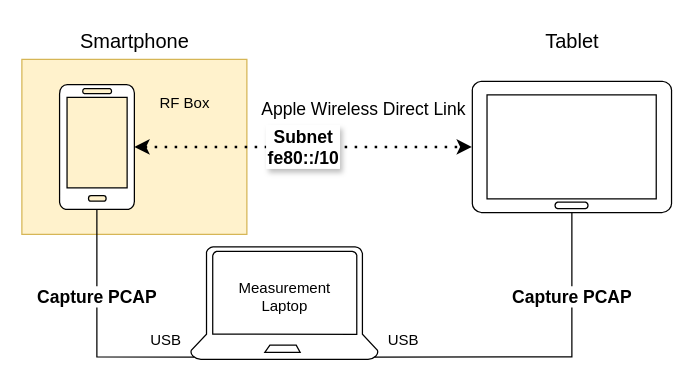
Earlier version of the draw.io diagram resources/AirDrop Test 1.drawio (JustusvonderBeek/master-thesis-scripts-and-measures). Source tidied: cells renumbered, new cells numbered last; positions are measured from the earlier drawing's top-left corner, leaving out a move shared by most shapes. Both pictures are drawn from the tidied source at 125%, with x=0, y=0 at pixel (21, 21).
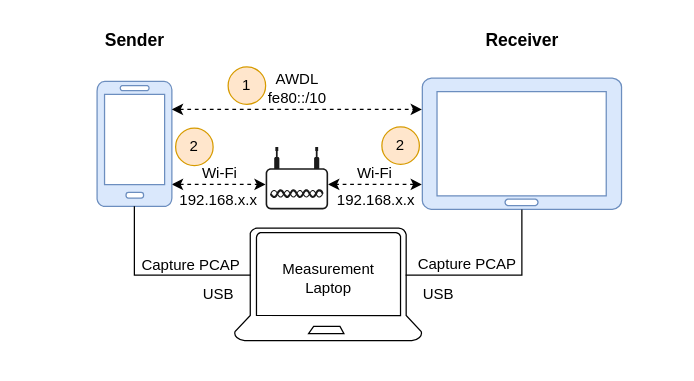
Above is the later version.

What changed in the source:
```diff
@@
-    <mxCell id="2" style="rounded=0;whiteSpace=wrap;html=1;fillColor=#fff2cc;strokeColor=#d6b656;" parent="1" vertex="1">
-      <mxGeometry y="30" width="180" height="140" as="geometry" />
-    </mxCell>
+    <mxCell id="16" value="Wi-Fi" style="edgeStyle=orthogonalEdgeStyle;rounded=0;jettySize=auto;html=1;startArrow=classic;startFill=1;dashed=1;labelBackgroundColor=none;verticalAlign=bottom;fontSize=12;" parent="1" edge="1" source="3" target="18">
+      <mxGeometry relative="1" as="geometry">
+        <Array as="points">
+          <mxPoint x="160" y="130" />
+          <mxPoint x="160" y="130" />
+        </Array>
+      </mxGeometry>
+    </mxCell>
-    <mxCell id="3" style="verticalLabelPosition=bottom;html=1;verticalAlign=top;align=center;shape=mxgraph.azure.mobile;" parent="1" vertex="1">
-      <mxGeometry x="30" y="50" width="60" height="100" as="geometry" />
+    <mxCell id="3" style="verticalLabelPosition=bottom;html=1;verticalAlign=top;align=center;shape=mxgraph.azure.mobile;fillColor=#dae8fc;strokeColor=#6c8ebf;" parent="1" vertex="1">
+      <mxGeometry x="60" y="47.5" width="60" height="100" as="geometry" />
     </mxCell>
+    <mxCell id="17" value="Wi-Fi" style="edgeStyle=orthogonalEdgeStyle;rounded=0;jettySize=auto;html=1;startArrow=classic;startFill=1;dashed=1;verticalAlign=bottom;fontSize=12;labelBackgroundColor=none;" parent="1" edge="1" source="4" target="18">
+      <mxGeometry relative="1" as="geometry">
+        <Array as="points">
+          <mxPoint x="280" y="130" />
+          <mxPoint x="280" y="130" />
+        </Array>
+      </mxGeometry>
+    </mxCell>
-    <mxCell id="4" style="verticalLabelPosition=bottom;html=1;verticalAlign=top;align=center;shape=mxgraph.azure.tablet;" parent="1" vertex="1">
-      <mxGeometry x="360" y="47.5" width="160" height="105" as="geometry" />
+    <mxCell id="4" style="verticalLabelPosition=bottom;html=1;verticalAlign=top;align=center;shape=mxgraph.azure.tablet;fillColor=#dae8fc;strokeColor=#6c8ebf;" parent="1" vertex="1">
+      <mxGeometry x="320" y="45" width="160" height="105" as="geometry" />
     </mxCell>
-    <mxCell id="5" value="RF Box" style="text;html=1;align=center;verticalAlign=middle;strokeColor=none;fillColor=none;" parent="1" vertex="1">
-      <mxGeometry x="100" y="50" width="60" height="30" as="geometry" />
-    </mxCell>
-    <mxCell id="6" value="Subnet&lt;div style=&quot;font-size: 14px;&quot;&gt;fe80::/10&lt;br style=&quot;font-size: 14px;&quot;&gt;&lt;/div&gt;" style="endArrow=classic;dashed=1;html=1;dashPattern=1 3;strokeWidth=2;rounded=0;exitX=1;exitY=0.5;exitDx=0;exitDy=0;exitPerimeter=0;entryX=0;entryY=0.5;entryDx=0;entryDy=0;entryPerimeter=0;startArrow=classic;startFill=1;endFill=1;fontStyle=1;fontSize=14;labelBorderColor=#FFFFFF;textShadow=1;spacingLeft=0;spacingRight=0;spacing=2;" parent="1" edge="1" source="3" target="4">
-      <mxGeometry relative="1" as="geometry" />
+    <mxCell id="6" value="&lt;span style=&quot;font-weight: normal; font-size: 12px;&quot;&gt;AWDL&lt;/span&gt;&lt;div style=&quot;font-size: 12px;&quot;&gt;&lt;span style=&quot;font-weight: normal; font-size: 12px;&quot;&gt;fe80::/10&lt;/span&gt;&lt;br style=&quot;font-size: 12px;&quot;&gt;&lt;/div&gt;" style="endArrow=classic;dashed=1;html=1;strokeWidth=1;rounded=0;startArrow=classic;startFill=1;endFill=1;fontStyle=1;fontSize=12;labelBorderColor=none;textShadow=0;spacingLeft=0;spacingRight=0;spacing=2;labelBackgroundColor=none;verticalAlign=bottom;edgeStyle=orthogonalEdgeStyle;" parent="1" edge="1">
+      <mxGeometry relative="1" as="geometry">
+        <mxPoint x="120" y="70" as="sourcePoint" />
+        <mxPoint x="320" y="70" as="targetPoint" />
+        <Array as="points">
+          <mxPoint x="120" y="70" />
+          <mxPoint x="320" y="70" />
+        </Array>
+      </mxGeometry>
     </mxCell>
-    <mxCell id="7" value="Smartphone" style="text;html=1;align=center;verticalAlign=middle;strokeColor=none;fillColor=none;fontSize=16;" parent="1" vertex="1">
-      <mxGeometry x="35" width="110" height="30" as="geometry" />
+    <mxCell id="7" value="Sender" style="text;html=1;align=center;verticalAlign=middle;strokeColor=none;fillColor=none;fontSize=14;fontStyle=1;" parent="1" vertex="1">
+      <mxGeometry x="55" width="70" height="30" as="geometry" />
     </mxCell>
-    <mxCell id="8" value="Apple Wireless Direct Link" style="text;whiteSpace=wrap;html=1;fontSize=14;" parent="1" vertex="1">
-      <mxGeometry x="190" y="55" width="170" height="25" as="geometry" />
-    </mxCell>
     <mxCell id="9" style="verticalLabelPosition=bottom;html=1;verticalAlign=top;align=center;strokeColor=default;fillColor=#FFFFFF;shape=mxgraph.azure.laptop;" parent="1" vertex="1">
-      <mxGeometry x="135" y="180" width="150" height="90" as="geometry" />
+      <mxGeometry x="170" y="165" width="150" height="90" as="geometry" />
     </mxCell>
-    <mxCell id="10" value="Capture PCAP" style="endArrow=none;html=1;rounded=0;exitX=0.5;exitY=1;exitDx=0;exitDy=0;exitPerimeter=0;entryX=0.02;entryY=0.98;entryDx=0;entryDy=0;entryPerimeter=0;fontSize=14;fontStyle=1;" parent="1" edge="1" source="3" target="9">
-      <mxGeometry x="-0.29" relative="1" as="geometry">
+    <mxCell id="10" value="Capture PCAP" style="endArrow=none;html=1;rounded=0;exitX=0.5;exitY=1;exitDx=0;exitDy=0;exitPerimeter=0;fontSize=12;fontStyle=0;labelBackgroundColor=none;verticalAlign=bottom;" parent="1" edge="1" source="3">
+      <mxGeometry x="0.35" y="-1" relative="1" as="geometry">
+        <mxPoint x="183" y="202.5" as="targetPoint" />
         <Array as="points">
-          <mxPoint x="60" y="268" />
+          <mxPoint x="90" y="202.5" />
         </Array>
       </mxGeometry>
     </mxCell>
     <mxCell id="11" value="USB" style="text;html=1;align=center;verticalAlign=middle;strokeColor=none;fillColor=none;" parent="1" vertex="1">
-      <mxGeometry x="90" y="240" width="50" height="30" as="geometry" />
+      <mxGeometry x="132" y="202.5" width="50" height="30" as="geometry" />
     </mxCell>
-    <mxCell id="12" value="Tablet" style="text;html=1;align=center;verticalAlign=middle;strokeColor=none;fillColor=none;fontSize=16;" parent="1" vertex="1">
-      <mxGeometry x="405" width="70" height="30" as="geometry" />
+    <mxCell id="12" value="Receiver" style="text;html=1;align=center;verticalAlign=middle;strokeColor=none;fillColor=none;fontSize=14;fontStyle=1;" parent="1" vertex="1">
+      <mxGeometry x="360" width="80" height="30" as="geometry" />
     </mxCell>
-    <mxCell id="13" value="Capture PCAP" style="endArrow=none;html=1;rounded=0;exitX=0.98;exitY=0.98;exitDx=0;exitDy=0;exitPerimeter=0;entryX=0.5;entryY=1;entryDx=0;entryDy=0;entryPerimeter=0;fontStyle=1;fontSize=14;" parent="1" edge="1" source="9" target="4">
-      <mxGeometry x="0.51" relative="1" as="geometry">
+    <mxCell id="13" value="Capture PCAP" style="endArrow=none;html=1;rounded=0;entryX=0.5;entryY=1;entryDx=0;entryDy=0;entryPerimeter=0;fontStyle=0;fontSize=12;verticalAlign=bottom;labelBackgroundColor=none;" parent="1" edge="1" target="4">
+      <mxGeometry x="-0.32" relative="1" as="geometry">
+        <mxPoint x="307" y="202.5" as="sourcePoint" />
         <Array as="points">
-          <mxPoint x="440" y="268" />
+          <mxPoint x="400" y="202.5" />
         </Array>
       </mxGeometry>
     </mxCell>
     <mxCell id="14" value="USB" style="text;html=1;align=center;verticalAlign=middle;strokeColor=none;fillColor=none;" parent="1" vertex="1">
-      <mxGeometry x="280" y="240" width="50" height="30" as="geometry" />
+      <mxGeometry x="308" y="202.5" width="50" height="30" as="geometry" />
     </mxCell>
     <mxCell id="15" value="&lt;div&gt;Measurement&lt;/div&gt;&lt;div&gt;Laptop&lt;br&gt;&lt;/div&gt;" style="text;html=1;align=center;verticalAlign=middle;strokeColor=none;fillColor=none;" parent="1" vertex="1">
-      <mxGeometry x="160" y="200" width="100" height="40" as="geometry" />
+      <mxGeometry x="195" y="185" width="100" height="40" as="geometry" />
     </mxCell>
+    <mxCell id="18" style="points=[[0.03,0.36,0],[0.18,0,0],[0.5,0.34,0],[0.82,0,0],[0.97,0.36,0],[1,0.67,0],[0.975,0.975,0],[0.5,1,0],[0.025,0.975,0],[0,0.67,0]];verticalLabelPosition=bottom;sketch=0;html=1;verticalAlign=top;align=center;shape=mxgraph.cisco19.wireless_access_point;fillColor=#1A1A1A;strokeColor=none;" parent="1" vertex="1">
+      <mxGeometry x="195" y="100" width="50" height="50" as="geometry" />
+    </mxCell>
+    <mxCell id="19" value="1" style="ellipse;whiteSpace=wrap;html=1;fillColor=#ffe6cc;strokeColor=#d79b00;" parent="1" vertex="1">
+      <mxGeometry x="165" y="36" width="30" height="30" as="geometry" />
+    </mxCell>
+    <mxCell id="20" value="192.168.x.x" style="text;html=1;align=center;verticalAlign=middle;strokeColor=none;fillColor=none;spacing=0;" parent="1" vertex="1">
+      <mxGeometry x="243" y="133" width="80" height="20" as="geometry" />
+    </mxCell>
+    <mxCell id="21" value="192.168.x.x" style="text;html=1;align=center;verticalAlign=middle;strokeColor=none;fillColor=none;spacing=0;" parent="1" vertex="1">
+      <mxGeometry x="117" y="133" width="80" height="20" as="geometry" />
+    </mxCell>
+    <mxCell id="22" value="2" style="ellipse;whiteSpace=wrap;html=1;fillColor=#ffe6cc;strokeColor=#d79b00;" parent="1" vertex="1">
+      <mxGeometry x="123" y="85" width="30" height="30" as="geometry" />
+    </mxCell>
+    <mxCell id="23" value="2" style="ellipse;whiteSpace=wrap;html=1;fillColor=#ffe6cc;strokeColor=#d79b00;" parent="1" vertex="1">
+      <mxGeometry x="288" y="84" width="30" height="30" as="geometry" />
+    </mxCell>
```
